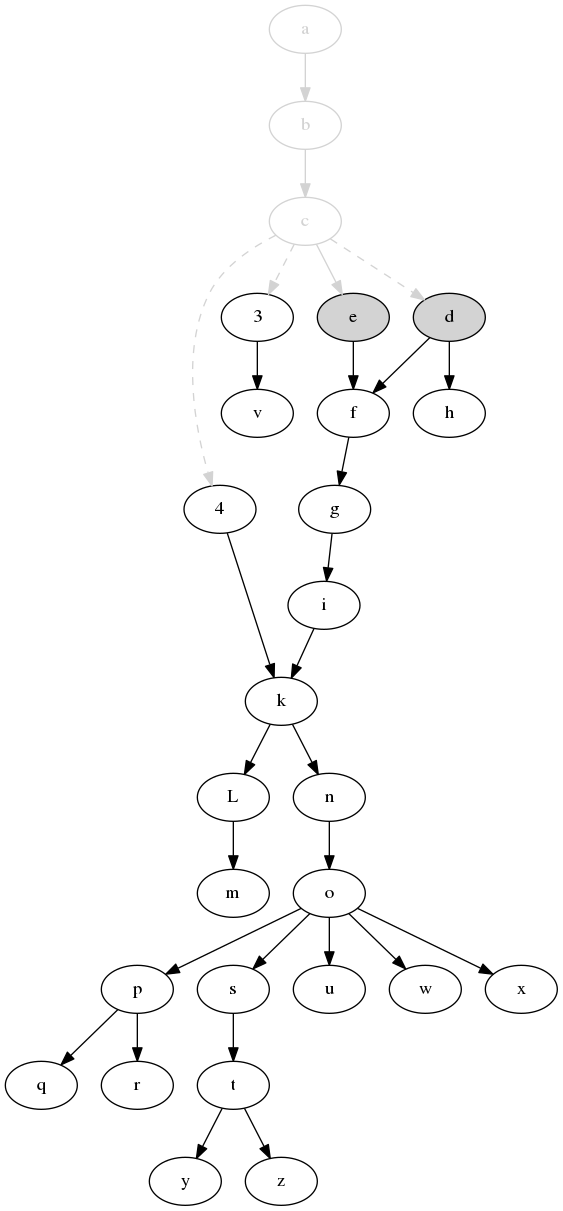
Earlier version of the Graphviz export svm-startup-deps.png (jdmpapin/svm-startup-deps). Its source is kept beside it as svm-startup-deps.dot.
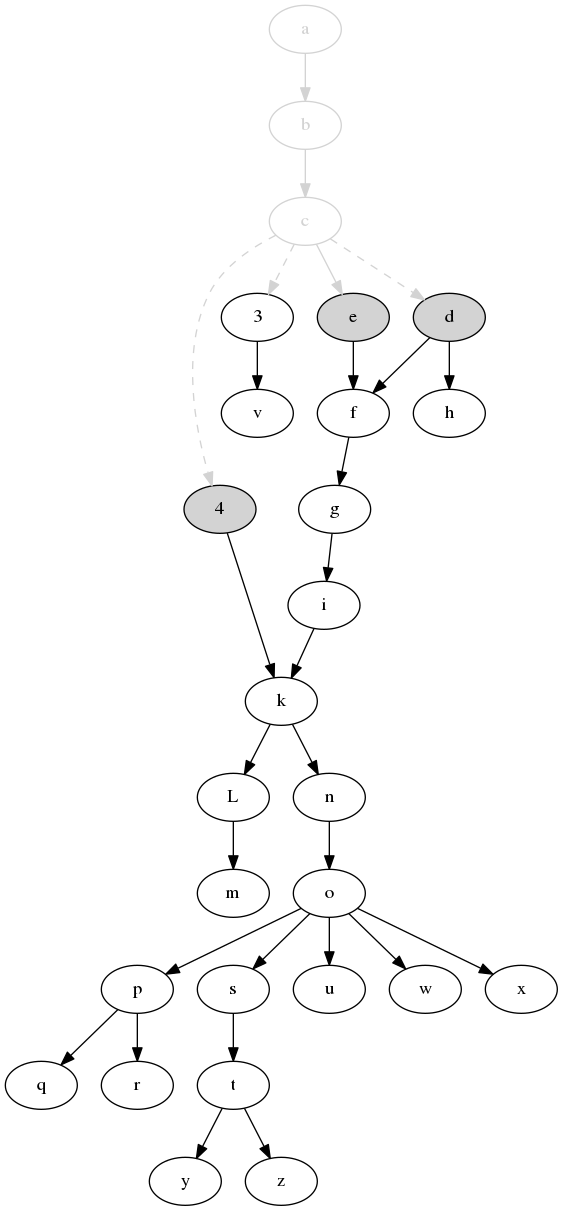
Above is the later version.

The edit, as a diff of the source:
```diff
@@ -1,5 +1,5 @@
 digraph {
-    4;
+    4 [style=filled,fillcolor=lightgrey];
     3;
     a [color=lightgrey,fontcolor=lightgrey];
     b [color=lightgrey,fontcolor=lightgrey];
```
